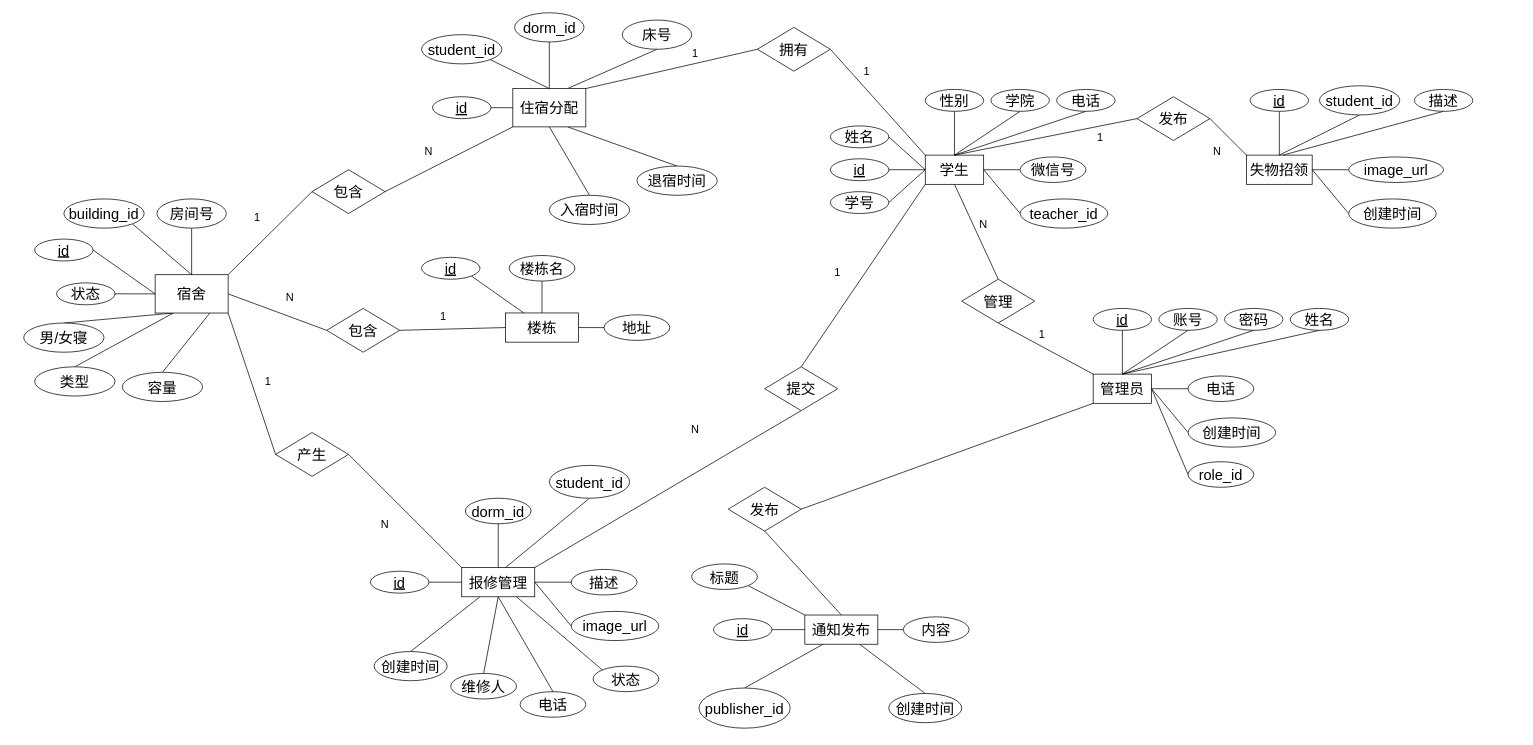
The draw.io diagram ER图.drawio in lyb040701/draw, before the edit. Source tidied: cells renumbered, new cells numbered last; positions are measured from the earlier drawing's top-left corner, leaving out a move shared by most shapes. Both pictures are drawn from the tidied source at 73%, with x=0, y=0 at pixel (23, 12).
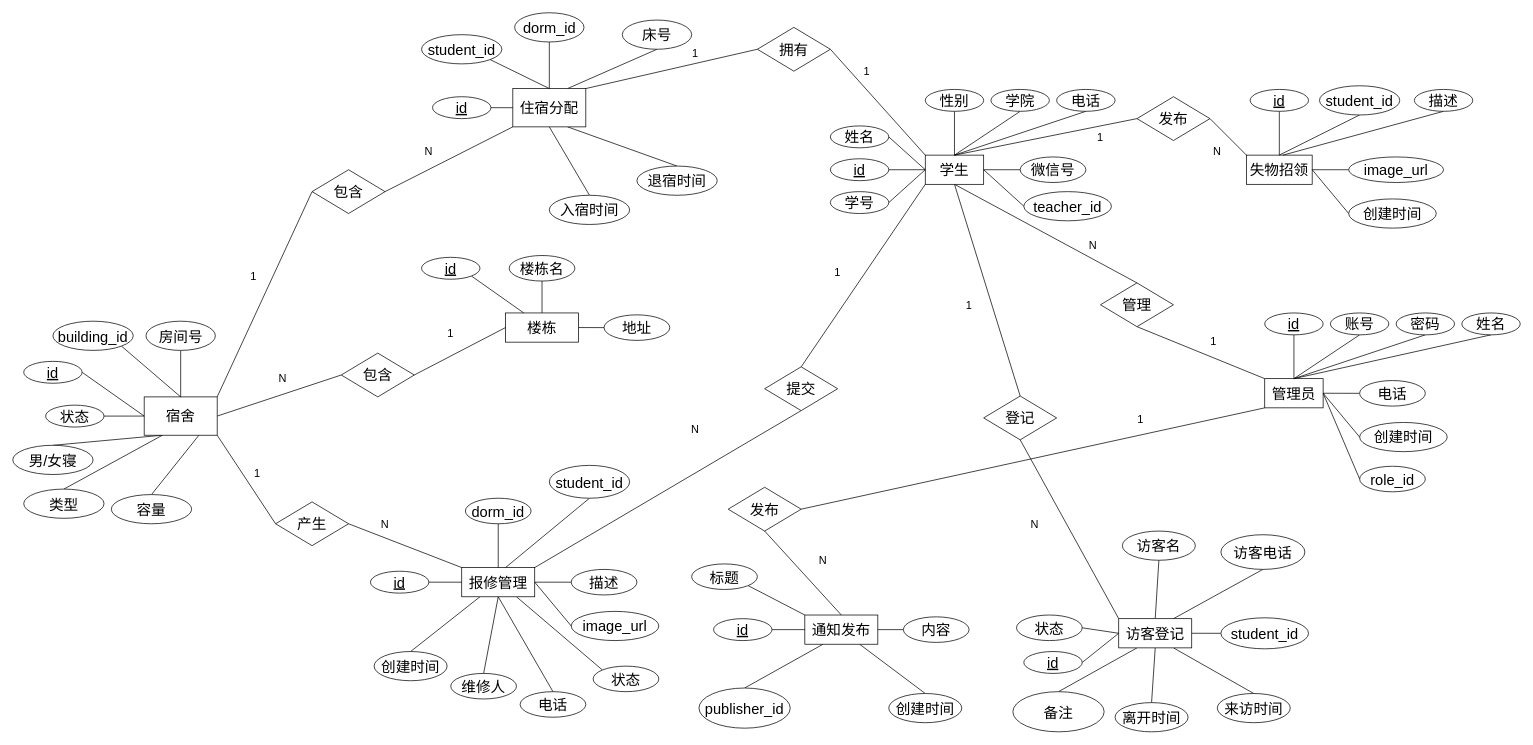
Above is the later version.

The change refers to these unchanged cells:
```xml
<mxCell id="3" value="&lt;font style=&quot;font-size: 20px;&quot;&gt;学生&lt;/font&gt;" style="rounded=0;whiteSpace=wrap;html=1;" parent="1" vertex="1">
  <mxGeometry x="1235" y="195" width="80" height="40" as="geometry" />
</mxCell>
```

Change to the diagram source:
```diff
@@
+    <mxCell id="151" style="edgeStyle=none;shape=connector;rounded=0;jettySize=auto;html=1;exitX=0.5;exitY=1;exitDx=0;exitDy=0;entryX=0.5;entryY=0;entryDx=0;entryDy=0;strokeColor=default;align=center;verticalAlign=middle;fontFamily=Helvetica;fontSize=11;fontColor=default;labelBackgroundColor=default;endArrow=none;endFill=0;" parent="1" edge="1" source="3" target="171">
+      <mxGeometry relative="1" as="geometry" />
+    </mxCell>
@@
     <mxCell id="7" value="&lt;font style=&quot;font-size: 20px;&quot;&gt;teacher_id&lt;/font&gt;" style="ellipse;whiteSpace=wrap;html=1;" parent="1" vertex="1">
-      <mxGeometry x="1365" y="255" width="120" height="40" as="geometry" />
+      <mxGeometry x="1370" y="245" width="120" height="40" as="geometry" />
     </mxCell>
@@
     <mxCell id="21" value="&lt;font style=&quot;font-size: 20px;&quot;&gt;管理员&lt;/font&gt;" style="rounded=0;whiteSpace=wrap;html=1;" parent="1" vertex="1">
-      <mxGeometry x="1465" y="495" width="80" height="40" as="geometry" />
+      <mxGeometry x="1700" y="501.2" width="80" height="40" as="geometry" />
     </mxCell>
     <mxCell id="22" style="endArrow=none;html=1;rounded=0;" parent="1" edge="1" target="23">
       <mxGeometry relative="1" as="geometry">
-        <mxPoint x="1545" y="515" as="sourcePoint" />
+        <mxPoint x="1780" y="521.2" as="sourcePoint" />
       </mxGeometry>
     </mxCell>
     <mxCell id="23" value="&lt;font style=&quot;font-size: 20px;&quot;&gt;电话&lt;/font&gt;" style="ellipse;whiteSpace=wrap;html=1;" parent="1" vertex="1">
-      <mxGeometry x="1595" y="497.5" width="90" height="35" as="geometry" />
+      <mxGeometry x="1830" y="503.8" width="90" height="35" as="geometry" />
     </mxCell>
@@
     <mxCell id="25" value="&lt;font style=&quot;font-size: 20px;&quot;&gt;创建时间&lt;/font&gt;" style="ellipse;whiteSpace=wrap;html=1;" parent="1" vertex="1">
-      <mxGeometry x="1595" y="555" width="120" height="40" as="geometry" />
+      <mxGeometry x="1830" y="561.2" width="120" height="40" as="geometry" />
     </mxCell>
@@
     <mxCell id="27" value="&lt;span style=&quot;font-size: 20px;&quot;&gt;&lt;u&gt;id&lt;/u&gt;&lt;/span&gt;" style="ellipse;whiteSpace=wrap;html=1;" parent="1" vertex="1">
-      <mxGeometry x="1465" y="405" width="80" height="30" as="geometry" />
+      <mxGeometry x="1700" y="411.2" width="80" height="30" as="geometry" />
     </mxCell>
@@
     <mxCell id="29" value="&lt;span style=&quot;font-size: 20px;&quot;&gt;账号&lt;/span&gt;" style="ellipse;whiteSpace=wrap;html=1;" parent="1" vertex="1">
-      <mxGeometry x="1555" y="405" width="80" height="30" as="geometry" />
+      <mxGeometry x="1790" y="411.2" width="80" height="30" as="geometry" />
     </mxCell>
     <mxCell id="30" style="edgeStyle=none;rounded=0;jettySize=auto;html=1;exitX=0.5;exitY=1;exitDx=0;exitDy=0;endArrow=none;endFill=0;" parent="1" edge="1" source="31">
       <mxGeometry relative="1" as="geometry">
-        <mxPoint x="1505" y="495" as="targetPoint" />
+        <mxPoint x="1740" y="501.2" as="targetPoint" />
       </mxGeometry>
     </mxCell>
     <mxCell id="31" value="&lt;span style=&quot;font-size: 20px;&quot;&gt;密码&lt;/span&gt;" style="ellipse;whiteSpace=wrap;html=1;" parent="1" vertex="1">
-      <mxGeometry x="1645" y="405" width="80" height="30" as="geometry" />
+      <mxGeometry x="1880" y="411.2" width="80" height="30" as="geometry" />
     </mxCell>
@@
     <mxCell id="33" value="&lt;span style=&quot;font-size: 20px;&quot;&gt;姓名&lt;/span&gt;" style="ellipse;whiteSpace=wrap;html=1;" parent="1" vertex="1">
-      <mxGeometry x="1735" y="405" width="80" height="30" as="geometry" />
+      <mxGeometry x="1970" y="411.2" width="80" height="30" as="geometry" />
     </mxCell>
     <mxCell id="34" value="&lt;font style=&quot;font-size: 20px;&quot;&gt;role_id&lt;br&gt;&lt;/font&gt;" style="ellipse;whiteSpace=wrap;html=1;" parent="1" vertex="1">
-      <mxGeometry x="1595" y="615" width="90" height="35" as="geometry" />
+      <mxGeometry x="1830" y="621.2" width="90" height="35" as="geometry" />
     </mxCell>
@@
     <mxCell id="36" value="&lt;font style=&quot;font-size: 20px;&quot;&gt;管理&lt;/font&gt;" style="rhombus;whiteSpace=wrap;html=1;fontFamily=Helvetica;fontSize=11;fontColor=default;labelBackgroundColor=default;" parent="1" vertex="1">
-      <mxGeometry x="1285" y="365" width="100" height="60" as="geometry" />
+      <mxGeometry x="1475" y="370" width="100" height="60" as="geometry" />
     </mxCell>
     <mxCell id="37" value="&lt;font style=&quot;font-size: 15px;&quot;&gt;N&lt;/font&gt;" style="text;html=1;whiteSpace=wrap;strokeColor=none;fillColor=none;align=center;verticalAlign=middle;rounded=0;fontFamily=Helvetica;fontSize=11;fontColor=default;labelBackgroundColor=default;" parent="1" vertex="1">
-      <mxGeometry x="1285" y="275" width="60" height="30" as="geometry" />
+      <mxGeometry x="1435" y="302.5" width="60" height="30" as="geometry" />
     </mxCell>
     <mxCell id="38" value="&lt;font style=&quot;font-size: 15px;&quot;&gt;1&lt;/font&gt;" style="text;html=1;whiteSpace=wrap;strokeColor=none;fillColor=none;align=center;verticalAlign=middle;rounded=0;fontFamily=Helvetica;fontSize=11;fontColor=default;labelBackgroundColor=default;" parent="1" vertex="1">
-      <mxGeometry x="1365" y="425" width="60" height="30" as="geometry" />
+      <mxGeometry x="1600" y="435" width="60" height="30" as="geometry" />
     </mxCell>
@@
     <mxCell id="79" value="&lt;font style=&quot;font-size: 20px;&quot;&gt;宿舍&lt;/font&gt;" style="rounded=0;whiteSpace=wrap;html=1;" parent="1" vertex="1">
-      <mxGeometry x="180" y="358.8" width="100" height="52.5" as="geometry" />
+      <mxGeometry x="165" y="526.2" width="100" height="52.5" as="geometry" />
     </mxCell>
@@
     <mxCell id="81" value="&lt;span style=&quot;font-size: 20px;&quot;&gt;&lt;u&gt;id&lt;/u&gt;&lt;/span&gt;" style="ellipse;whiteSpace=wrap;html=1;" parent="1" vertex="1">
-      <mxGeometry x="15" y="310" width="80" height="30" as="geometry" />
+      <mxGeometry y="477.5" width="80" height="30" as="geometry" />
     </mxCell>
@@
     <mxCell id="83" value="&lt;span style=&quot;font-size: 20px;&quot;&gt;building_id&lt;/span&gt;" style="ellipse;whiteSpace=wrap;html=1;" parent="1" vertex="1">
-      <mxGeometry x="55" y="255" width="110" height="40" as="geometry" />
+      <mxGeometry x="40" y="422.5" width="110" height="40" as="geometry" />
     </mxCell>
@@
     <mxCell id="85" value="&lt;font style=&quot;font-size: 20px;&quot;&gt;房间号&lt;/font&gt;" style="ellipse;whiteSpace=wrap;html=1;" parent="1" vertex="1">
-      <mxGeometry x="182.5" y="255" width="95" height="40" as="geometry" />
+      <mxGeometry x="167.5" y="422.5" width="95" height="40" as="geometry" />
     </mxCell>
     <mxCell id="86" value="&lt;span style=&quot;font-size: 20px;&quot;&gt;男/女寝&lt;/span&gt;" style="ellipse;whiteSpace=wrap;html=1;" parent="1" vertex="1">
-      <mxGeometry y="425" width="110" height="40" as="geometry" />
+      <mxGeometry x="-15" y="592.5" width="110" height="40" as="geometry" />
     </mxCell>
     <mxCell id="87" value="&lt;font style=&quot;font-size: 20px;&quot;&gt;容量&lt;/font&gt;" style="ellipse;whiteSpace=wrap;html=1;" parent="1" vertex="1">
-      <mxGeometry x="135" y="492.5" width="110" height="40" as="geometry" />
+      <mxGeometry x="120" y="660" width="110" height="40" as="geometry" />
     </mxCell>
@@
     <mxCell id="89" value="&lt;span style=&quot;font-size: 20px;&quot;&gt;状态&lt;/span&gt;" style="ellipse;whiteSpace=wrap;html=1;" parent="1" vertex="1">
-      <mxGeometry x="45" y="370" width="80" height="30" as="geometry" />
+      <mxGeometry x="30" y="537.5" width="80" height="30" as="geometry" />
     </mxCell>
     <mxCell id="90" value="&lt;span style=&quot;font-size: 20px;&quot;&gt;类型&lt;/span&gt;" style="ellipse;whiteSpace=wrap;html=1;" parent="1" vertex="1">
-      <mxGeometry x="15" y="485" width="110" height="40" as="geometry" />
+      <mxGeometry y="652.5" width="110" height="40" as="geometry" />
     </mxCell>
@@
     <mxCell id="93" value="&lt;font style=&quot;font-size: 15px;&quot;&gt;1&lt;/font&gt;" style="text;html=1;whiteSpace=wrap;strokeColor=none;fillColor=none;align=center;verticalAlign=middle;rounded=0;fontFamily=Helvetica;fontSize=11;fontColor=default;labelBackgroundColor=default;" parent="1" vertex="1">
-      <mxGeometry x="290" y="265" width="60" height="30" as="geometry" />
+      <mxGeometry x="285" y="345" width="60" height="30" as="geometry" />
     </mxCell>
@@
     <mxCell id="121" value="&lt;font style=&quot;font-size: 20px;&quot;&gt;产生&lt;/font&gt;" style="rhombus;whiteSpace=wrap;html=1;fontFamily=Helvetica;fontSize=11;fontColor=default;labelBackgroundColor=default;" parent="1" vertex="1">
-      <mxGeometry x="345" y="575" width="100" height="60" as="geometry" />
+      <mxGeometry x="345" y="670" width="100" height="60" as="geometry" />
     </mxCell>
     <mxCell id="122" value="&lt;font style=&quot;font-size: 15px;&quot;&gt;1&lt;/font&gt;" style="text;html=1;whiteSpace=wrap;strokeColor=none;fillColor=none;align=center;verticalAlign=middle;rounded=0;fontFamily=Helvetica;fontSize=11;fontColor=default;labelBackgroundColor=default;" parent="1" vertex="1">
-      <mxGeometry x="305" y="490" width="60" height="30" as="geometry" />
+      <mxGeometry x="290" y="615" width="60" height="30" as="geometry" />
     </mxCell>
@@
     <mxCell id="133" value="&lt;font style=&quot;font-size: 20px;&quot;&gt;包含&lt;/font&gt;" style="rhombus;whiteSpace=wrap;html=1;fontFamily=Helvetica;fontSize=11;fontColor=default;labelBackgroundColor=default;" parent="1" vertex="1">
-      <mxGeometry x="415" y="405" width="100" height="60" as="geometry" />
+      <mxGeometry x="435" y="466.2" width="100" height="60" as="geometry" />
     </mxCell>
     <mxCell id="134" value="&lt;font style=&quot;font-size: 15px;&quot;&gt;N&lt;/font&gt;" style="text;html=1;whiteSpace=wrap;strokeColor=none;fillColor=none;align=center;verticalAlign=middle;rounded=0;fontFamily=Helvetica;fontSize=11;fontColor=default;labelBackgroundColor=default;" parent="1" vertex="1">
-      <mxGeometry x="335" y="375" width="60" height="30" as="geometry" />
+      <mxGeometry x="325" y="485" width="60" height="30" as="geometry" />
     </mxCell>
     <mxCell id="135" value="&lt;font style=&quot;font-size: 15px;&quot;&gt;1&lt;/font&gt;" style="text;html=1;whiteSpace=wrap;strokeColor=none;fillColor=none;align=center;verticalAlign=middle;rounded=0;fontFamily=Helvetica;fontSize=11;fontColor=default;labelBackgroundColor=default;" parent="1" vertex="1">
-      <mxGeometry x="545" y="400" width="60" height="30" as="geometry" />
+      <mxGeometry x="555" y="422.5" width="60" height="30" as="geometry" />
     </mxCell>
@@
+    <mxCell id="152" style="edgeStyle=none;shape=connector;rounded=0;jettySize=auto;html=1;strokeColor=default;align=center;verticalAlign=middle;fontFamily=Helvetica;fontSize=11;fontColor=default;labelBackgroundColor=default;endArrow=none;endFill=0;" parent="1" edge="1" source="158">
+      <mxGeometry relative="1" as="geometry">
+        <mxPoint x="1550.3" y="830.4" as="targetPoint" />
+      </mxGeometry>
+    </mxCell>
+    <mxCell id="153" style="edgeStyle=none;shape=connector;rounded=0;jettySize=auto;html=1;exitX=0.25;exitY=1;exitDx=0;exitDy=0;entryX=0.5;entryY=0;entryDx=0;entryDy=0;strokeColor=default;align=center;verticalAlign=middle;fontFamily=Helvetica;fontSize=11;fontColor=default;labelBackgroundColor=default;endArrow=none;endFill=0;" parent="1" edge="1" source="158" target="162">
+      <mxGeometry relative="1" as="geometry" />
+    </mxCell>
+    <mxCell id="154" style="edgeStyle=none;shape=connector;rounded=0;jettySize=auto;html=1;exitX=0.75;exitY=1;exitDx=0;exitDy=0;entryX=0.5;entryY=0;entryDx=0;entryDy=0;strokeColor=default;align=center;verticalAlign=middle;fontFamily=Helvetica;fontSize=11;fontColor=default;labelBackgroundColor=default;endArrow=none;endFill=0;" parent="1" edge="1" source="158" target="164">
+      <mxGeometry relative="1" as="geometry" />
+    </mxCell>
+    <mxCell id="155" style="edgeStyle=none;shape=connector;rounded=0;jettySize=auto;html=1;exitX=0.5;exitY=1;exitDx=0;exitDy=0;entryX=0.5;entryY=0;entryDx=0;entryDy=0;strokeColor=default;align=center;verticalAlign=middle;fontFamily=Helvetica;fontSize=11;fontColor=default;labelBackgroundColor=default;endArrow=none;endFill=0;" parent="1" edge="1" source="158" target="165">
+      <mxGeometry relative="1" as="geometry" />
+    </mxCell>
+    <mxCell id="156" style="edgeStyle=none;shape=connector;rounded=0;jettySize=auto;html=1;exitX=0.5;exitY=0;exitDx=0;exitDy=0;entryX=0.5;entryY=1;entryDx=0;entryDy=0;strokeColor=default;align=center;verticalAlign=middle;fontFamily=Helvetica;fontSize=11;fontColor=default;labelBackgroundColor=default;endArrow=none;endFill=0;" parent="1" edge="1" source="158" target="166">
+      <mxGeometry relative="1" as="geometry" />
+    </mxCell>
+    <mxCell id="157" style="edgeStyle=none;shape=connector;rounded=0;jettySize=auto;html=1;exitX=0.75;exitY=0;exitDx=0;exitDy=0;strokeColor=default;align=center;verticalAlign=middle;fontFamily=Helvetica;fontSize=11;fontColor=default;labelBackgroundColor=default;endArrow=none;endFill=0;entryX=0.5;entryY=1;entryDx=0;entryDy=0;" parent="1" edge="1" source="158" target="167">
+      <mxGeometry relative="1" as="geometry" />
+    </mxCell>
+    <mxCell id="158" value="&lt;font style=&quot;font-size: 20px;&quot;&gt;访客登记&lt;/font&gt;" style="rounded=0;whiteSpace=wrap;html=1;" parent="1" vertex="1">
+      <mxGeometry x="1500" y="830" width="100" height="40" as="geometry" />
+    </mxCell>
+    <mxCell id="159" style="endArrow=none;html=1;rounded=0;entryX=0;entryY=0.5;entryDx=0;entryDy=0;" parent="1" edge="1" target="163">
+      <mxGeometry relative="1" as="geometry">
+        <mxPoint x="1600" y="850" as="sourcePoint" />
+      </mxGeometry>
+    </mxCell>
+    <mxCell id="160" style="rounded=0;jettySize=auto;html=1;entryX=0;entryY=0.5;entryDx=0;entryDy=0;endArrow=none;endFill=0;exitX=1;exitY=0.5;exitDx=0;exitDy=0;entryPerimeter=0;" parent="1" edge="1" source="161" target="158">
+      <mxGeometry relative="1" as="geometry" />
+    </mxCell>
+    <mxCell id="161" value="&lt;span style=&quot;font-size: 20px;&quot;&gt;&lt;u&gt;id&lt;/u&gt;&lt;/span&gt;" style="ellipse;whiteSpace=wrap;html=1;" parent="1" vertex="1">
+      <mxGeometry x="1370" y="875" width="80" height="30" as="geometry" />
+    </mxCell>
+    <mxCell id="162" value="&lt;span style=&quot;font-size: 20px;&quot;&gt;备注&lt;/span&gt;" style="ellipse;whiteSpace=wrap;html=1;" parent="1" vertex="1">
+      <mxGeometry x="1355" y="930" width="125" height="55" as="geometry" />
+    </mxCell>
+    <mxCell id="163" value="&lt;span style=&quot;font-size: 20px;&quot;&gt;student_id&lt;/span&gt;" style="ellipse;whiteSpace=wrap;html=1;" parent="1" vertex="1">
+      <mxGeometry x="1640" y="828.8" width="120" height="42.5" as="geometry" />
+    </mxCell>
+    <mxCell id="164" value="&lt;font style=&quot;font-size: 20px;&quot;&gt;来访时间&lt;/font&gt;" style="ellipse;whiteSpace=wrap;html=1;" parent="1" vertex="1">
+      <mxGeometry x="1635" y="932.5" width="100" height="40" as="geometry" />
+    </mxCell>
+    <mxCell id="165" value="&lt;font style=&quot;font-size: 20px;&quot;&gt;离开时间&lt;/font&gt;" style="ellipse;whiteSpace=wrap;html=1;" parent="1" vertex="1">
+      <mxGeometry x="1495" y="945" width="100" height="40" as="geometry" />
+    </mxCell>
+    <mxCell id="166" value="&lt;font style=&quot;font-size: 20px;&quot;&gt;访客名&lt;/font&gt;" style="ellipse;whiteSpace=wrap;html=1;" parent="1" vertex="1">
+      <mxGeometry x="1505" y="710" width="100" height="40" as="geometry" />
+    </mxCell>
+    <mxCell id="167" value="&lt;font style=&quot;font-size: 20px;&quot;&gt;访客电话&lt;/font&gt;" style="ellipse;whiteSpace=wrap;html=1;" parent="1" vertex="1">
+      <mxGeometry x="1640" y="715" width="115" height="47.5" as="geometry" />
+    </mxCell>
+    <mxCell id="168" style="edgeStyle=none;shape=connector;rounded=0;jettySize=auto;html=1;exitX=1;exitY=0.5;exitDx=0;exitDy=0;entryX=0;entryY=0.5;entryDx=0;entryDy=0;strokeColor=default;align=center;verticalAlign=middle;fontFamily=Helvetica;fontSize=11;fontColor=default;labelBackgroundColor=default;endArrow=none;endFill=0;" parent="1" edge="1" source="169" target="158">
+      <mxGeometry relative="1" as="geometry" />
+    </mxCell>
+    <mxCell id="169" value="&lt;font style=&quot;font-size: 20px;&quot;&gt;状态&lt;br&gt;&lt;/font&gt;" style="ellipse;whiteSpace=wrap;html=1;" parent="1" vertex="1">
+      <mxGeometry x="1360" y="825" width="90" height="35" as="geometry" />
+    </mxCell>
+    <mxCell id="170" style="edgeStyle=none;shape=connector;rounded=0;jettySize=auto;html=1;exitX=0.5;exitY=1;exitDx=0;exitDy=0;entryX=0;entryY=0;entryDx=0;entryDy=0;strokeColor=default;align=center;verticalAlign=middle;fontFamily=Helvetica;fontSize=11;fontColor=default;labelBackgroundColor=default;endArrow=none;endFill=0;" parent="1" edge="1" source="171" target="158">
+      <mxGeometry relative="1" as="geometry" />
+    </mxCell>
+    <mxCell id="171" value="&lt;font style=&quot;font-size: 20px;&quot;&gt;登记&lt;/font&gt;" style="rhombus;whiteSpace=wrap;html=1;fontFamily=Helvetica;fontSize=11;fontColor=default;labelBackgroundColor=default;" parent="1" vertex="1">
+      <mxGeometry x="1315" y="525" width="100" height="60" as="geometry" />
+    </mxCell>
+    <mxCell id="172" value="&lt;font style=&quot;font-size: 15px;&quot;&gt;N&lt;/font&gt;" style="text;html=1;whiteSpace=wrap;strokeColor=none;fillColor=none;align=center;verticalAlign=middle;rounded=0;fontFamily=Helvetica;fontSize=11;fontColor=default;labelBackgroundColor=default;" parent="1" vertex="1">
+      <mxGeometry x="1355" y="685" width="60" height="30" as="geometry" />
+    </mxCell>
+    <mxCell id="173" value="&lt;font style=&quot;font-size: 15px;&quot;&gt;1&lt;/font&gt;" style="text;html=1;whiteSpace=wrap;strokeColor=none;fillColor=none;align=center;verticalAlign=middle;rounded=0;fontFamily=Helvetica;fontSize=11;fontColor=default;labelBackgroundColor=default;" parent="1" vertex="1">
+      <mxGeometry x="1265" y="385" width="60" height="30" as="geometry" />
+    </mxCell>
+    <mxCell id="174" value="&lt;font style=&quot;font-size: 15px;&quot;&gt;1&lt;/font&gt;" style="text;html=1;whiteSpace=wrap;strokeColor=none;fillColor=none;align=center;verticalAlign=middle;rounded=0;fontFamily=Helvetica;fontSize=11;fontColor=default;labelBackgroundColor=default;" parent="1" vertex="1">
+      <mxGeometry x="1500" y="541.2" width="60" height="30" as="geometry" />
+    </mxCell>
+    <mxCell id="175" value="&lt;font style=&quot;font-size: 15px;&quot;&gt;N&lt;/font&gt;" style="text;html=1;whiteSpace=wrap;strokeColor=none;fillColor=none;align=center;verticalAlign=middle;rounded=0;fontFamily=Helvetica;fontSize=11;fontColor=default;labelBackgroundColor=default;" parent="1" vertex="1">
+      <mxGeometry x="1065" y="735" width="60" height="30" as="geometry" />
+    </mxCell>
```
